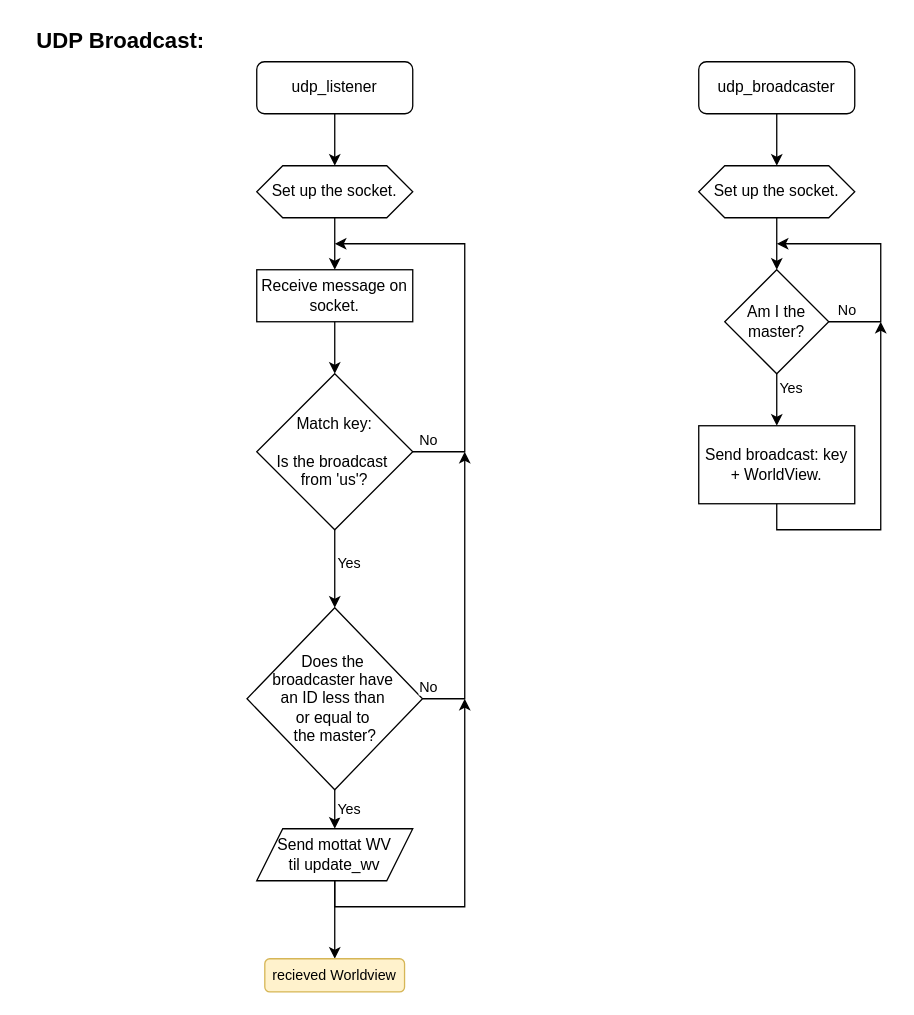
This is page "UDP" (3 of 11) of elevator_pro_rebrand/Flowcharts/elevatorpro.drawio from Adriaeik/TTK4145-Prosjekt-AIS, a draw.io file, before an edit. Source tidied: cells renumbered, new cells numbered last; positions are measured from the earlier drawing's top-left corner, leaving out a move shared by most shapes. Both pictures are drawn from the tidied source at 130%, with x=0, y=0 at pixel (22, 22).
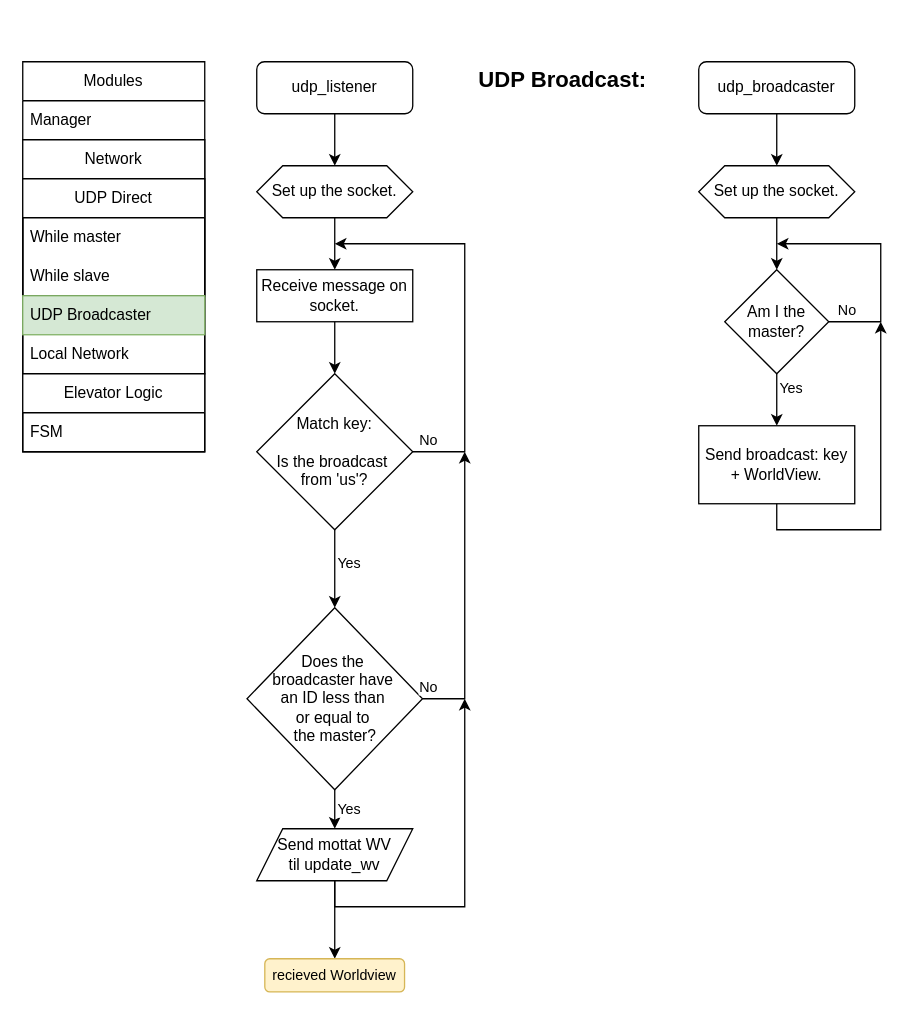
After the change.

Diff of the diagram source:
```diff
@@
     <mxCell id="2" value="&lt;font style=&quot;font-size: 17px;&quot;&gt;&lt;b&gt;UD&lt;/b&gt;&lt;/font&gt;&lt;b style=&quot;font-size: 17px; background-color: transparent; color: light-dark(rgb(0, 0, 0), rgb(255, 255, 255));&quot;&gt;P Broadcast:&lt;/b&gt;" style="text;html=1;align=center;verticalAlign=middle;strokeColor=none;fillColor=none;" parent="1" vertex="1">
-      <mxGeometry width="150" height="30" as="geometry" />
+      <mxGeometry x="340" y="30" width="150" height="30" as="geometry" />
     </mxCell>
@@
+    <mxCell id="34" value="Modules" style="swimlane;fontStyle=0;horizontal=1;startSize=30;whiteSpace=wrap;html=1;" parent="1" vertex="1">
+      <mxGeometry y="30" width="140" height="300" as="geometry" />
+    </mxCell>
+    <mxCell id="35" value="Manager" style="text;strokeColor=none;fillColor=none;align=left;verticalAlign=middle;spacingLeft=4;spacingRight=4;overflow=hidden;whiteSpace=wrap;html=1;" parent="34" vertex="1">
+      <mxGeometry y="30" width="140" height="30" as="geometry" />
+    </mxCell>
+    <mxCell id="36" value="Network" style="swimlane;fontStyle=0;horizontal=1;startSize=30;whiteSpace=wrap;html=1;" parent="34" vertex="1">
+      <mxGeometry y="60" width="140" height="180" as="geometry" />
+    </mxCell>
+    <mxCell id="37" value="UDP Direct" style="swimlane;fontStyle=0;horizontal=1;startSize=30;whiteSpace=wrap;html=1;" parent="36" vertex="1">
+      <mxGeometry y="30" width="140" height="90" as="geometry" />
+    </mxCell>
+    <mxCell id="38" value="While master" style="text;strokeColor=none;fillColor=none;align=left;verticalAlign=middle;spacingLeft=4;spacingRight=4;overflow=hidden;whiteSpace=wrap;html=1;" parent="37" vertex="1">
+      <mxGeometry y="30" width="140" height="30" as="geometry" />
+    </mxCell>
+    <mxCell id="39" value="While slave" style="text;strokeColor=none;fillColor=none;align=left;verticalAlign=middle;spacingLeft=4;spacingRight=4;overflow=hidden;whiteSpace=wrap;html=1;" parent="37" vertex="1">
+      <mxGeometry y="60" width="140" height="30" as="geometry" />
+    </mxCell>
+    <mxCell id="40" value="UDP Broadcaster" style="text;strokeColor=#82b366;fillColor=#d5e8d4;align=left;verticalAlign=middle;spacingLeft=4;spacingRight=4;overflow=hidden;whiteSpace=wrap;html=1;" parent="36" vertex="1">
+      <mxGeometry y="120" width="140" height="30" as="geometry" />
+    </mxCell>
+    <mxCell id="41" value="Local Network" style="text;strokeColor=none;fillColor=none;align=left;verticalAlign=middle;spacingLeft=4;spacingRight=4;overflow=hidden;whiteSpace=wrap;html=1;" parent="36" vertex="1">
+      <mxGeometry y="150" width="140" height="30" as="geometry" />
+    </mxCell>
+    <mxCell id="42" value="Elevator Logic" style="swimlane;fontStyle=0;horizontal=1;startSize=30;whiteSpace=wrap;html=1;" parent="34" vertex="1">
+      <mxGeometry y="240" width="140" height="60" as="geometry" />
+    </mxCell>
+    <mxCell id="43" value="FSM" style="text;strokeColor=none;fillColor=none;align=left;verticalAlign=middle;spacingLeft=4;spacingRight=4;overflow=hidden;whiteSpace=wrap;html=1;" parent="42" vertex="1">
+      <mxGeometry y="30" width="140" height="30" as="geometry" />
+    </mxCell>
```
